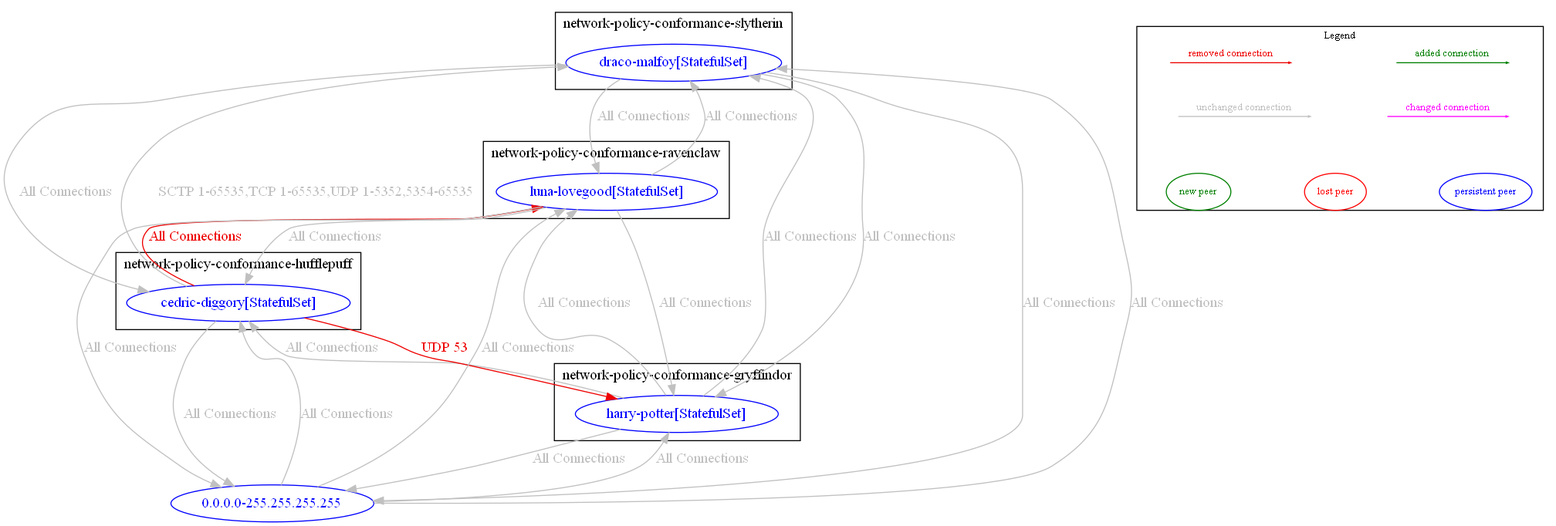
np-guard/netpol-analyzer keeps this Graphviz diagram as test_outputs/diff/diff_between_anp_test_10_swapping_rules_and_anp_test_10.dot.png. Above is the earlier version. Its source is kept beside it as test_outputs/diff/diff_between_anp_test_10_swapping_rules_and_anp_test_10.dot.
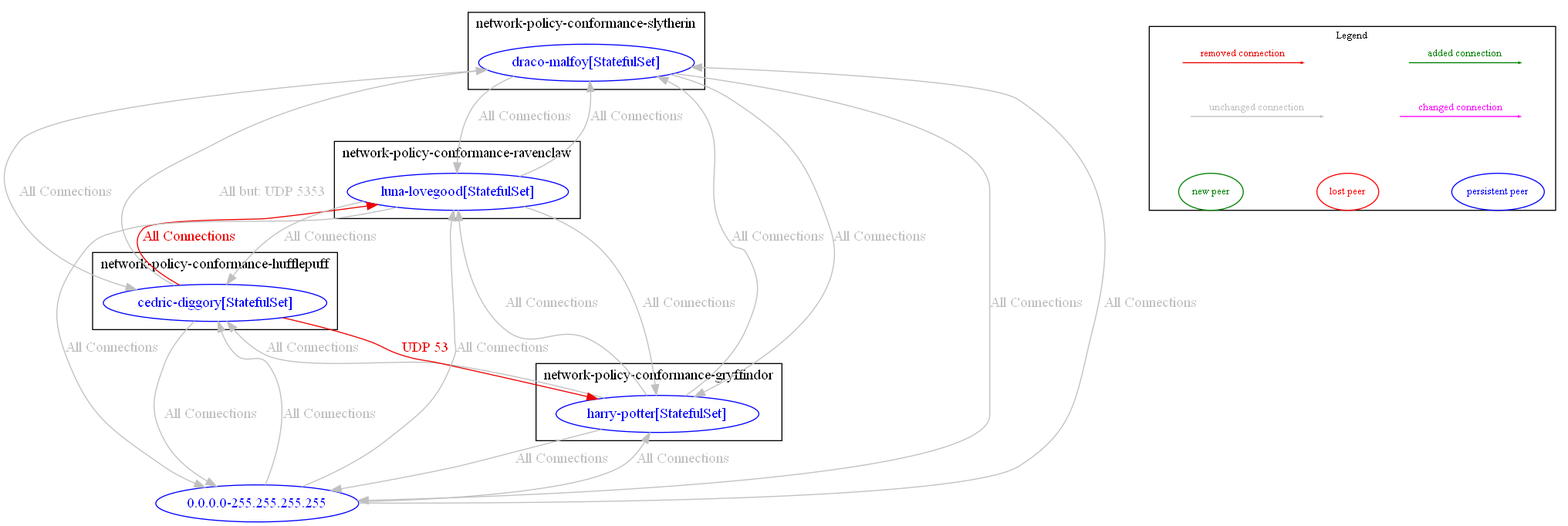
The same file after the commit.

What changed in the source:
```diff
@@ -27,7 +27,7 @@
 	"network-policy-conformance-hufflepuff/cedric-diggory[StatefulSet]" -> "0.0.0.0-255.255.255.255" [label="All Connections" color="grey" fontcolor="grey" weight=1]
 	"network-policy-conformance-hufflepuff/cedric-diggory[StatefulSet]" -> "network-policy-conformance-gryffindor/harry-potter[StatefulSet]" [label="UDP 53" color="red2" fontcolor="red2" weight=1]
 	"network-policy-conformance-hufflepuff/cedric-diggory[StatefulSet]" -> "network-policy-conformance-ravenclaw/luna-lovegood[StatefulSet]" [label="All Connections" color="red2" fontcolor="red2" weight=0.5]
-	"network-policy-conformance-hufflepuff/cedric-diggory[StatefulSet]" -> "network-policy-conformance-slytherin/draco-malfoy[StatefulSet]" [label="SCTP 1-65535,TCP 1-65535,UDP 1-5352,5354-65535" color="grey" fontcolor="grey" weight=0.5]
+	"network-policy-conformance-hufflepuff/cedric-diggory[StatefulSet]" -> "network-policy-conformance-slytherin/draco-malfoy[StatefulSet]" [label="All but: UDP 5353" color="grey" fontcolor="grey" weight=0.5]
 	"network-policy-conformance-ravenclaw/luna-lovegood[StatefulSet]" -> "0.0.0.0-255.255.255.255" [label="All Connections" color="grey" fontcolor="grey" weight=1]
 	"network-policy-conformance-ravenclaw/luna-lovegood[StatefulSet]" -> "network-policy-conformance-gryffindor/harry-potter[StatefulSet]" [label="All Connections" color="grey" fontcolor="grey" weight=1]
 	"network-policy-conformance-ravenclaw/luna-lovegood[StatefulSet]" -> "network-policy-conformance-hufflepuff/cedric-diggory[StatefulSet]" [label="All Connections" color="grey" fontcolor="grey" weight=1]
```
